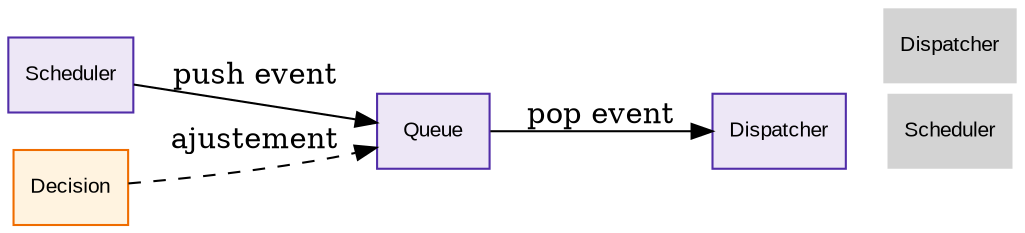
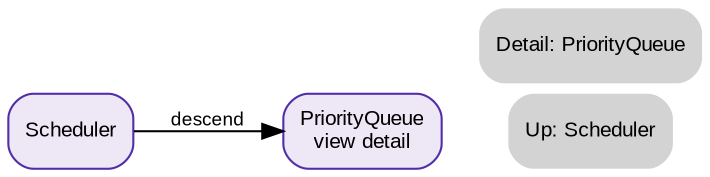
- digraph PriorityQueue {
+ digraph PriorityQueueLegacy {
+     // ROADMAP_ID: scheduler.priority_queue.legacy
+     // ROADMAP_NOTE[phase2_4c]:
+     // Ancienne entrée plate conservée comme redirection lisible. Le détail réel
+     // de PriorityQueue vit dans scheduler/priority_queue/13_priority_queue.dot.
+ 
    rankdir=LR;
-     node [shape=box, style=filled, fontname="Arial", fontsize=10];
+     node [shape=box, style="rounded,filled", fontname="Arial", fontsize=10];
+     edge [fontname="Arial", fontsize=9];

-     Scheduler [fillcolor="#ede7f6", color="#512da8", URL="../10_scheduler.svg"];
-     Decision [fillcolor="#fff3e0", color="#ef6c00", URL="../../context/decision_engine/24_decision_engine.svg"];
-     Queue [fillcolor="#ede7f6", color="#512da8", URL="../10_scheduler.svg"];
-     Dispatcher [fillcolor="#ede7f6", color="#512da8", URL="../dispatcher/11_dispatcher.svg"];
+     Scheduler [fillcolor="#ede7f6", color="#512da8", URL="10_scheduler.svg"];
+     PriorityQueueDetail [label="PriorityQueue\nview detail", fillcolor="#ede7f6", color="#512da8", URL="priority_queue/13_priority_queue.svg"];

-     // Edges
-     Scheduler -> Queue [label="push event"]; // Scheduler pousse
-     Decision -> Queue [style=dashed, label="ajustement"]; // Decision ajuste
-     Queue -> Dispatcher [label="pop event"]; // File → Dispatcher
+     Scheduler -> PriorityQueueDetail [label="descend"];

-     // Navigation
-     Nav_Scheduler [label="Scheduler", shape=plaintext, URL="../10_scheduler.svg"];
-     Nav_Dispatcher [label="Dispatcher", shape=plaintext, URL="../dispatcher/11_dispatcher.svg"];
-     { rank=sink; Nav_Scheduler; Nav_Dispatcher; }
+     Nav_Scheduler [label="Up: Scheduler", shape=plaintext, URL="10_scheduler.svg"];
+     Nav_Detail [label="Detail: PriorityQueue", shape=plaintext, URL="priority_queue/13_priority_queue.svg"];
+ 
+     { rank=sink; Nav_Scheduler; Nav_Detail; }
}
